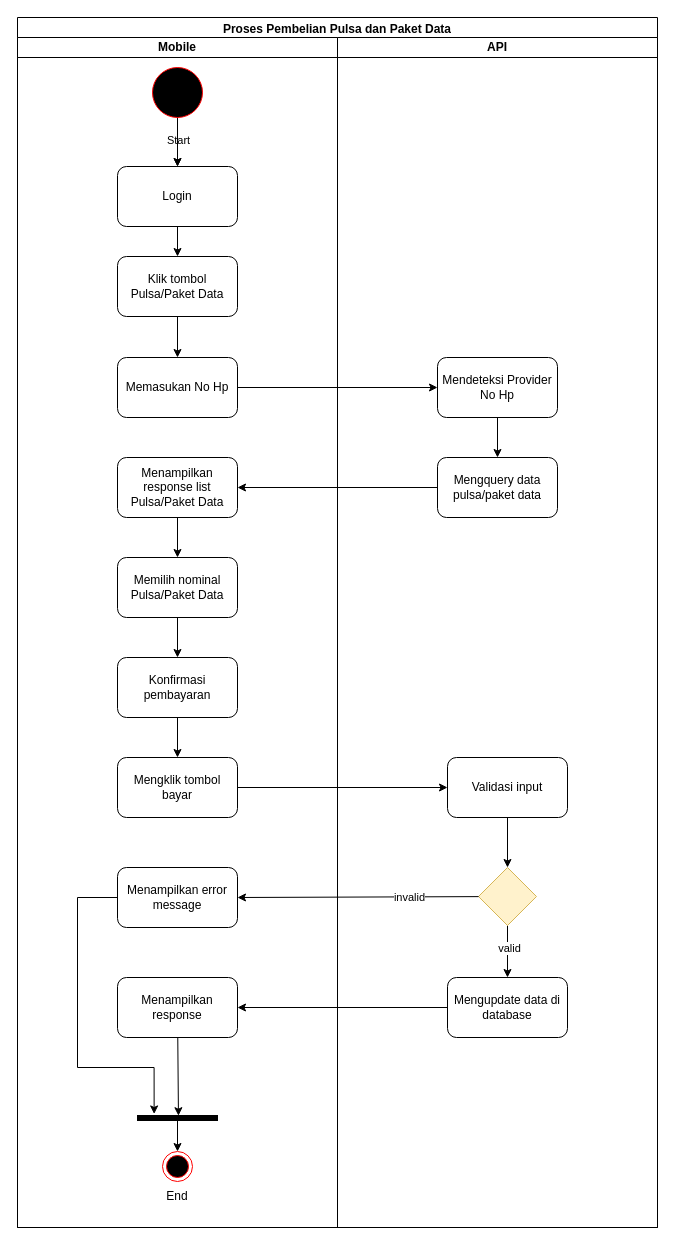
Earlier version of the draw.io diagram page "Pulsa dan Paket Data" (8 of 13) of requirements/Activity Diagram.drawio (foxxxesky/Final-Projects-Backend-OVO). Source tidied: cells renumbered, new cells numbered last; positions are measured from the earlier drawing's top-left corner, leaving out a move shared by most shapes. Both pictures are drawn from the tidied source at 100%, with x=0, y=0 at pixel (17, 17).
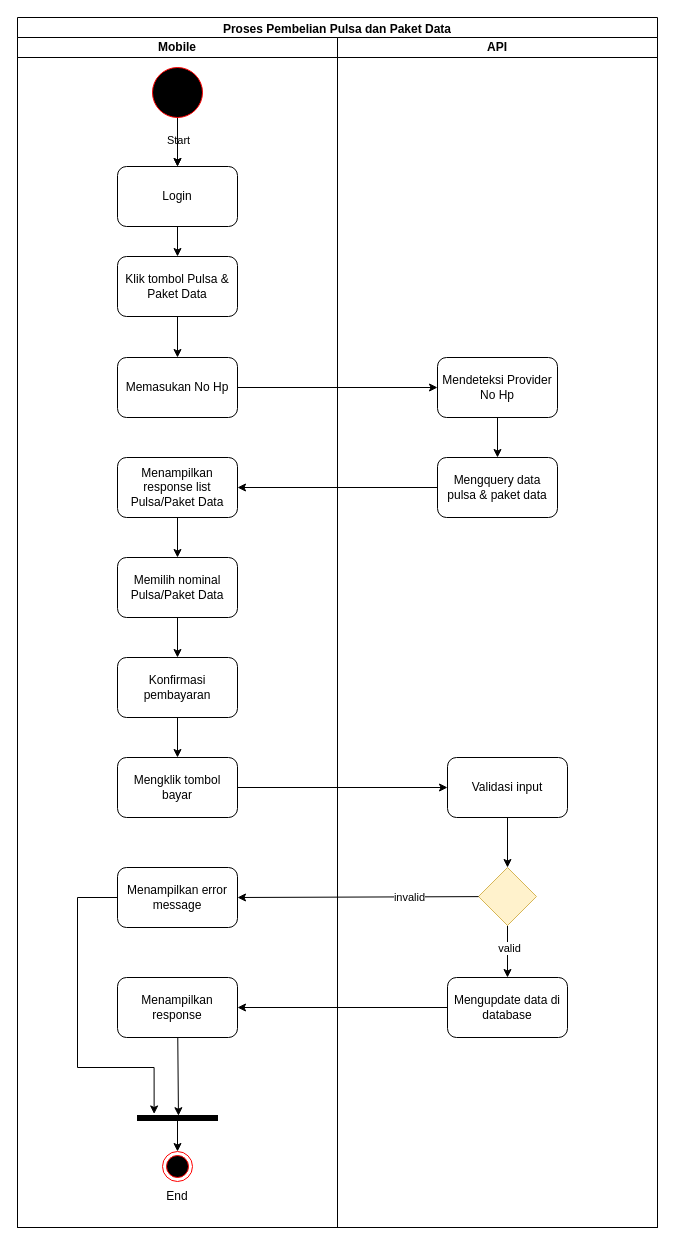
Above is the later version.

Unchanged cells that the change refers to:
```xml
<mxCell id="3" value="Mobile" style="swimlane;startSize=20;whiteSpace=wrap;html=1;" parent="2" vertex="1">
  <mxGeometry y="20" width="320" height="1190" as="geometry" />
</mxCell>
<mxCell id="22" value="API" style="swimlane;startSize=20;whiteSpace=wrap;html=1;" parent="1" vertex="1">
  <mxGeometry x="320" y="20" width="320" height="1190" as="geometry" />
</mxCell>
```

Change to the diagram source:
```diff
@@
-    <mxCell id="9" value="Klik tombol Pulsa/Paket Data" style="whiteSpace=wrap;html=1;fillColor=none;rounded=1;" parent="3" vertex="1">
+    <mxCell id="9" value="Klik tombol Pulsa &amp;amp; Paket Data" style="whiteSpace=wrap;html=1;fillColor=none;rounded=1;" parent="3" vertex="1">
       <mxGeometry x="100" y="219" width="120" height="60" as="geometry" />
     </mxCell>
@@
-    <mxCell id="25" value="Mengquery data pulsa/paket data" style="whiteSpace=wrap;html=1;fillColor=none;rounded=1;" parent="22" vertex="1">
+    <mxCell id="25" value="Mengquery data pulsa &amp;amp; paket data" style="whiteSpace=wrap;html=1;fillColor=none;rounded=1;" parent="22" vertex="1">
       <mxGeometry x="100" y="420" width="120" height="60" as="geometry" />
     </mxCell>
```
